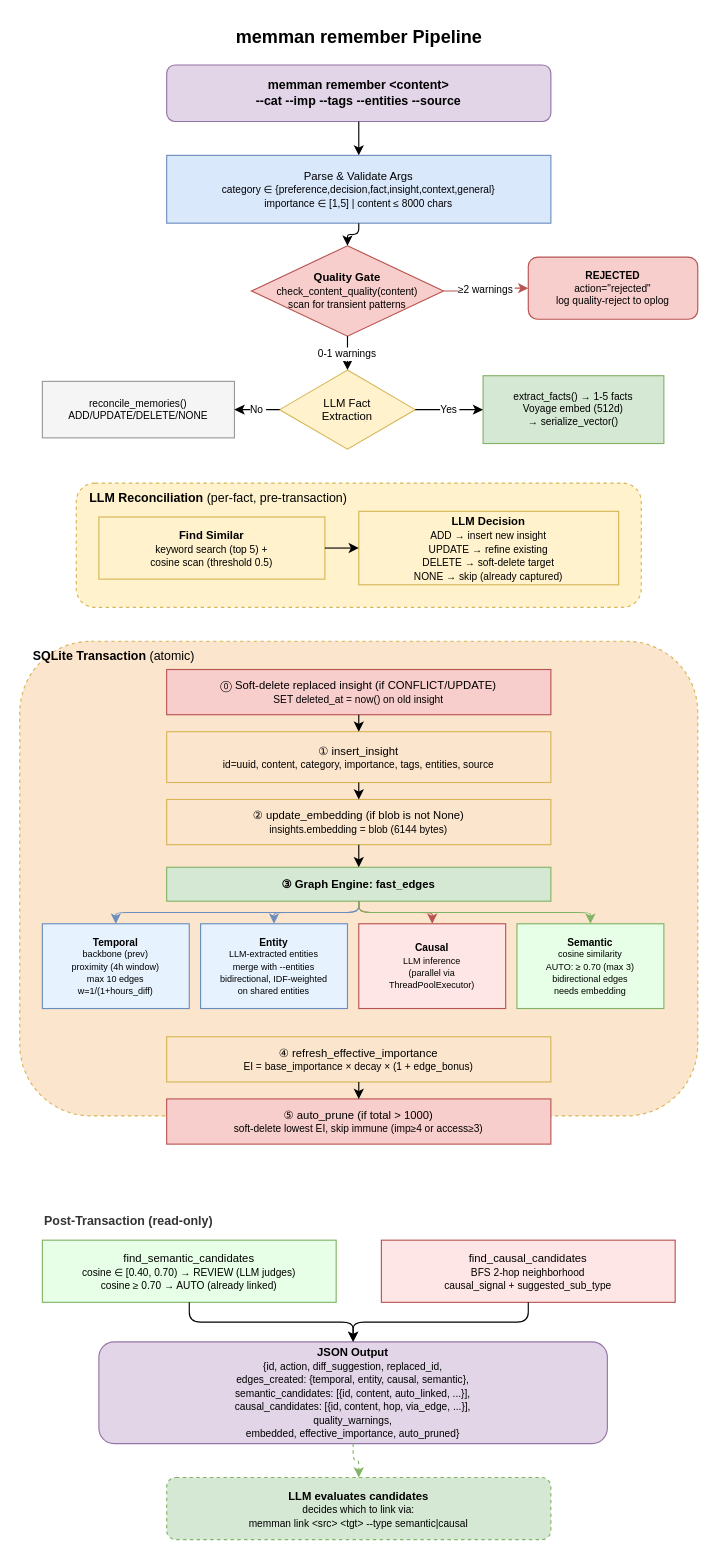
This is docs/diagrams/02-remember-pipeline.drawio from bissli/memman, a draw.io file, before an edit. Source tidied: cells renumbered, new cells numbered last; positions are measured from the earlier drawing's top-left corner, leaving out a move shared by most shapes. Both pictures are drawn from the tidied source at 113%, with x=0, y=0 at pixel (19, 19).
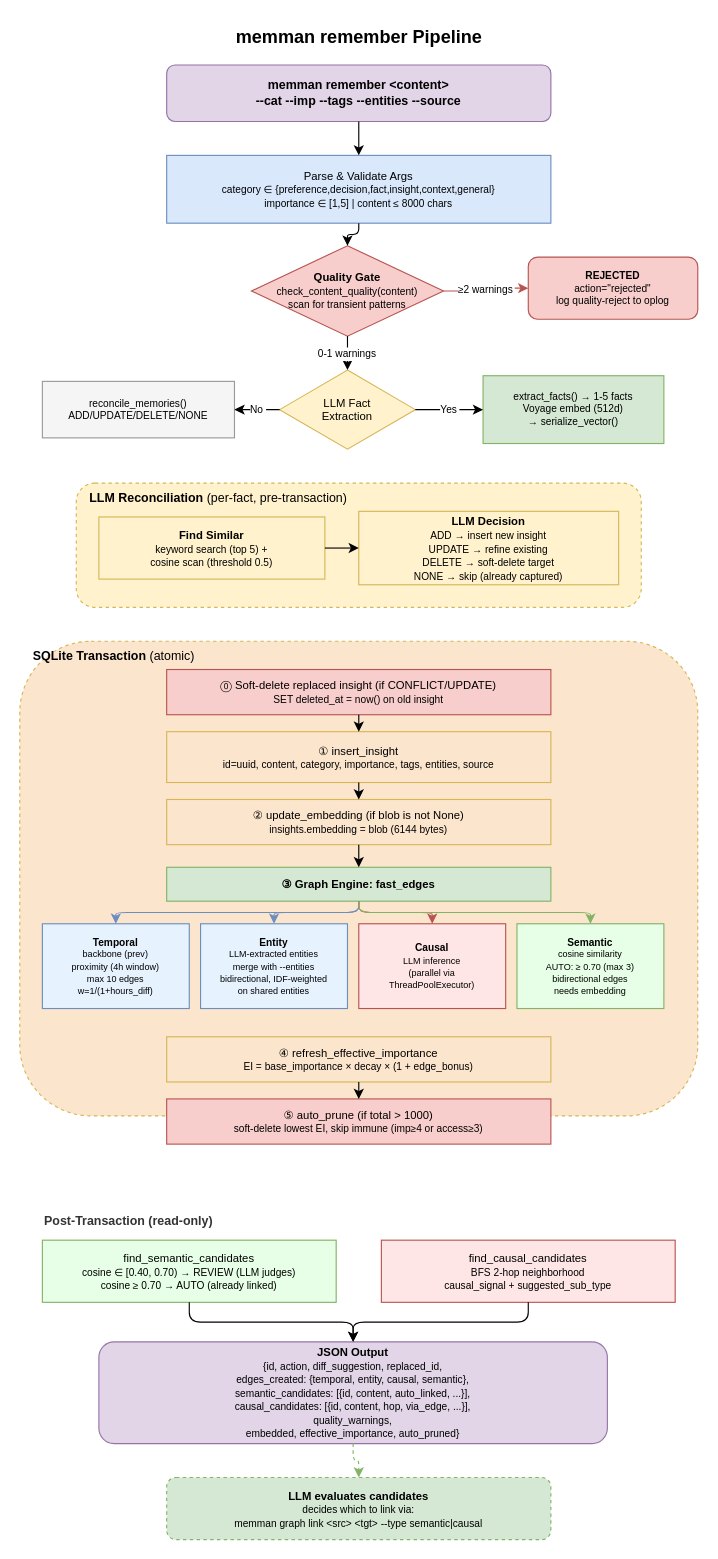
The same page after the edit.

Diff of the diagram source:
```diff
@@
-    <mxCell id="45" value="&lt;b&gt;LLM evaluates candidates&lt;/b&gt;&lt;br&gt;&lt;font style=&quot;font-size:9px&quot;&gt;decides which to link via:&lt;br&gt;memman link &amp;lt;src&amp;gt; &amp;lt;tgt&amp;gt; --type semantic|causal&lt;/font&gt;" style="rounded=1;whiteSpace=wrap;html=1;fillColor=#d5e8d4;strokeColor=#82b366;fontSize=10;dashed=1;" parent="1" vertex="1">
+    <mxCell id="45" value="&lt;b&gt;LLM evaluates candidates&lt;/b&gt;&lt;br&gt;&lt;font style=&quot;font-size:9px&quot;&gt;decides which to link via:&lt;br&gt;memman graph link &amp;lt;src&amp;gt; &amp;lt;tgt&amp;gt; --type semantic|causal&lt;/font&gt;" style="rounded=1;whiteSpace=wrap;html=1;fillColor=#d5e8d4;strokeColor=#82b366;fontSize=10;dashed=1;" parent="1" vertex="1">
       <mxGeometry x="130" y="1290" width="340" height="55" as="geometry" />
     </mxCell>
```
